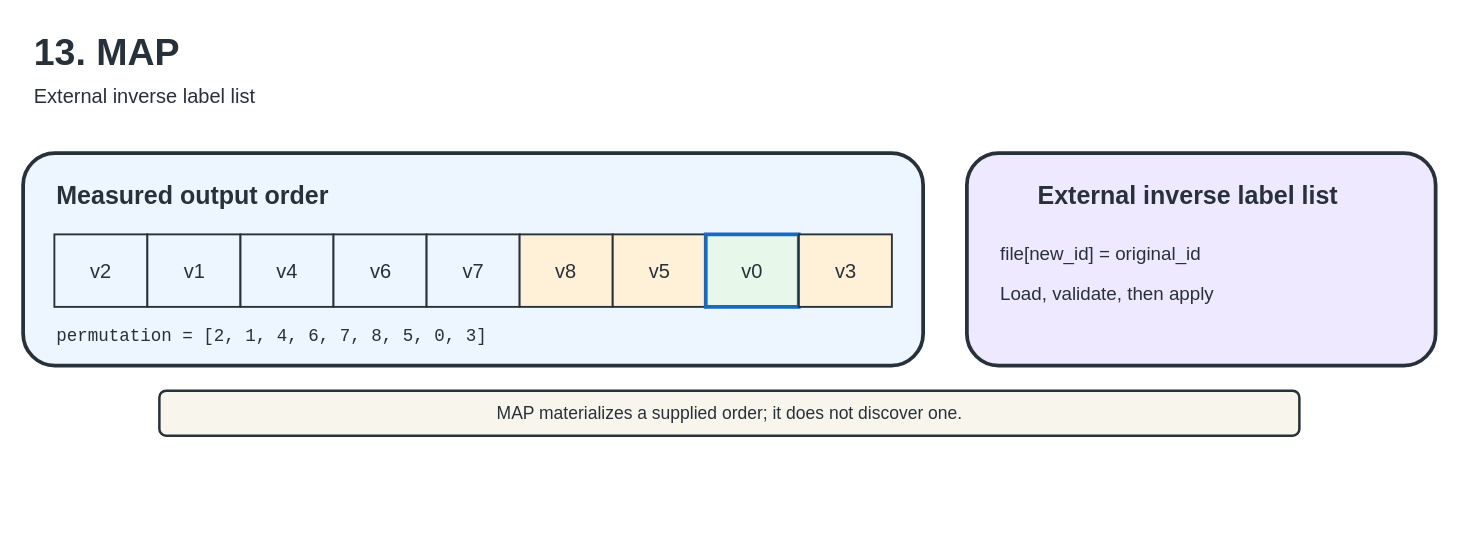
The draw.io diagram docs/figures/editable/13-map.drawio in UVA-LavaLab/GraphBrew, before the edit. Source tidied: cells renumbered, new cells numbered last; positions are measured from the earlier drawing's top-left corner, leaving out a move shared by most shapes. Both pictures are drawn from the tidied source at 125%, with x=0, y=0 at pixel (22, 21).
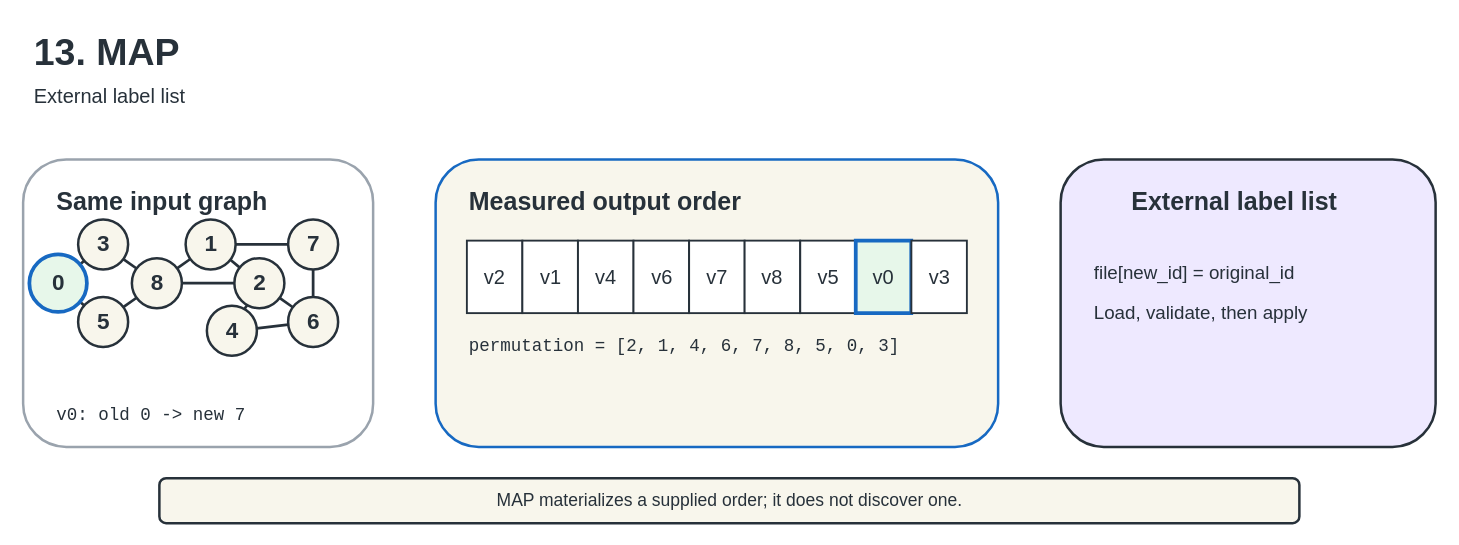
The same diagram, later.

Change to the diagram source:
```diff
@@
-    <mxCell id="3" value="External inverse label list" style="text;html=1;strokeColor=none;fillColor=none;fontSize=16;fontColor=#27313A;" parent="1" vertex="1">
+    <mxCell id="3" value="External label list" style="text;html=1;strokeColor=none;fillColor=none;fontSize=16;fontColor=#27313A;" parent="1" vertex="1">
       <mxGeometry x="7" y="43" width="1050" height="28" as="geometry" />
     </mxCell>
+    <mxCell id="21" style="rounded=1;html=1;fillColor=#FFFFFF;strokeColor=#9AA3AD;strokeWidth=2;" parent="1" vertex="1">
+      <mxGeometry y="110" width="280" height="230" as="geometry" />
+    </mxCell>
-    <mxCell id="4" style="rounded=1;html=1;fillColor=#EDF5FF;strokeColor=#27313A;strokeWidth=3;" parent="1" vertex="1">
-      <mxGeometry y="105" width="720" height="170" as="geometry" />
+    <mxCell id="4" style="rounded=1;html=1;fillColor=#F8F6EC;strokeColor=#1769C2;strokeWidth=2;" parent="1" vertex="1">
+      <mxGeometry x="330" y="110" width="450" height="230" as="geometry" />
     </mxCell>
-    <mxCell id="5" style="rounded=1;html=1;fillColor=#EEE9FF;strokeColor=#27313A;strokeWidth=3;" parent="1" vertex="1">
-      <mxGeometry x="755" y="105" width="375" height="170" as="geometry" />
+    <mxCell id="5" style="rounded=1;html=1;fillColor=#EEE9FF;strokeColor=#27313A;strokeWidth=2;" parent="1" vertex="1">
+      <mxGeometry x="830" y="110" width="300" height="230" as="geometry" />
     </mxCell>
+    <mxCell id="22" value="Same input graph" style="text;html=1;strokeColor=none;fillColor=none;fontSize=20;fontStyle=1;fontColor=#27313A;" parent="1" vertex="1">
+      <mxGeometry x="25" y="125" width="220" height="35" as="geometry" />
+    </mxCell>
     <mxCell id="6" value="Measured output order" style="text;html=1;strokeColor=none;fillColor=none;fontSize=20;fontStyle=1;fontColor=#27313A;" parent="1" vertex="1">
-      <mxGeometry x="25" y="120" width="300" height="35" as="geometry" />
+      <mxGeometry x="355" y="125" width="300" height="35" as="geometry" />
     </mxCell>
-    <mxCell id="7" value="External inverse label list" style="text;html=1;strokeColor=none;fillColor=none;fontSize=20;fontStyle=1;fontColor=#27313A;" parent="1" vertex="1">
-      <mxGeometry x="810" y="120" width="300" height="35" as="geometry" />
+    <mxCell id="7" value="External label list" style="text;html=1;strokeColor=none;fillColor=none;fontSize=20;fontStyle=1;fontColor=#27313A;" parent="1" vertex="1">
+      <mxGeometry x="885" y="125" width="220" height="35" as="geometry" />
     </mxCell>
     <mxCell id="8" value="MAP materializes a supplied order; it does not discover one." style="rounded=1;html=1;fillColor=#F8F6EC;strokeColor=#27313A;strokeWidth=2;fontSize=14;fontColor=#27313A;align=center;" parent="1" vertex="1">
-      <mxGeometry x="109" y="295" width="912" height="36" as="geometry" />
+      <mxGeometry x="109" y="365" width="912" height="36" as="geometry" />
     </mxCell>
+    <mxCell id="23" style="endArrow=none;html=1;rounded=0;strokeColor=#27313A;strokeWidth=2.2;" parent="1" edge="1" source="35" target="38">
+      <mxGeometry relative="1" as="geometry" />
+    </mxCell>
+    <mxCell id="24" style="endArrow=none;html=1;rounded=0;strokeColor=#27313A;strokeWidth=2.2;" parent="1" edge="1" source="35" target="40">
+      <mxGeometry relative="1" as="geometry" />
+    </mxCell>
+    <mxCell id="25" style="endArrow=none;html=1;rounded=0;strokeColor=#27313A;strokeWidth=2.2;" parent="1" edge="1" source="38" target="43">
+      <mxGeometry relative="1" as="geometry" />
+    </mxCell>
+    <mxCell id="26" style="endArrow=none;html=1;rounded=0;strokeColor=#27313A;strokeWidth=2.2;" parent="1" edge="1" source="40" target="43">
+      <mxGeometry relative="1" as="geometry" />
+    </mxCell>
+    <mxCell id="27" style="endArrow=none;html=1;rounded=0;strokeColor=#27313A;strokeWidth=2.2;" parent="1" edge="1" source="43" target="36">
+      <mxGeometry relative="1" as="geometry" />
+    </mxCell>
+    <mxCell id="28" style="endArrow=none;html=1;rounded=0;strokeColor=#27313A;strokeWidth=2.2;" parent="1" edge="1" source="43" target="37">
+      <mxGeometry relative="1" as="geometry" />
+    </mxCell>
+    <mxCell id="29" style="endArrow=none;html=1;rounded=0;strokeColor=#27313A;strokeWidth=2.2;" parent="1" edge="1" source="36" target="37">
+      <mxGeometry relative="1" as="geometry" />
+    </mxCell>
+    <mxCell id="30" style="endArrow=none;html=1;rounded=0;strokeColor=#27313A;strokeWidth=2.2;" parent="1" edge="1" source="36" target="42">
+      <mxGeometry relative="1" as="geometry" />
+    </mxCell>
+    <mxCell id="31" style="endArrow=none;html=1;rounded=0;strokeColor=#27313A;strokeWidth=2.2;" parent="1" edge="1" source="37" target="39">
+      <mxGeometry relative="1" as="geometry" />
+    </mxCell>
+    <mxCell id="32" style="endArrow=none;html=1;rounded=0;strokeColor=#27313A;strokeWidth=2.2;" parent="1" edge="1" source="37" target="41">
+      <mxGeometry relative="1" as="geometry" />
+    </mxCell>
+    <mxCell id="33" style="endArrow=none;html=1;rounded=0;strokeColor=#27313A;strokeWidth=2.2;" parent="1" edge="1" source="39" target="41">
+      <mxGeometry relative="1" as="geometry" />
+    </mxCell>
+    <mxCell id="34" style="endArrow=none;html=1;rounded=0;strokeColor=#27313A;strokeWidth=2.2;" parent="1" edge="1" source="41" target="42">
+      <mxGeometry relative="1" as="geometry" />
+    </mxCell>
+    <mxCell id="35" value="0" style="ellipse;html=1;align=center;fillColor=#E7F7EA;strokeColor=#1769C2;strokeWidth=3;fontSize=18;fontStyle=1;fontColor=#27313A;" parent="1" vertex="1">
+      <mxGeometry x="5" y="186" width="46" height="46" as="geometry" />
+    </mxCell>
+    <mxCell id="36" value="1" style="ellipse;html=1;align=center;fillColor=#F8F6EC;strokeColor=#27313A;strokeWidth=2;fontSize=18;fontStyle=1;fontColor=#27313A;" parent="1" vertex="1">
+      <mxGeometry x="130" y="158" width="40" height="40" as="geometry" />
+    </mxCell>
+    <mxCell id="37" value="2" style="ellipse;html=1;align=center;fillColor=#F8F6EC;strokeColor=#27313A;strokeWidth=2;fontSize=18;fontStyle=1;fontColor=#27313A;" parent="1" vertex="1">
+      <mxGeometry x="169" y="189" width="40" height="40" as="geometry" />
+    </mxCell>
+    <mxCell id="38" value="3" style="ellipse;html=1;align=center;fillColor=#F8F6EC;strokeColor=#27313A;strokeWidth=2;fontSize=18;fontStyle=1;fontColor=#27313A;" parent="1" vertex="1">
+      <mxGeometry x="44" y="158" width="40" height="40" as="geometry" />
+    </mxCell>
+    <mxCell id="39" value="4" style="ellipse;html=1;align=center;fillColor=#F8F6EC;strokeColor=#27313A;strokeWidth=2;fontSize=18;fontStyle=1;fontColor=#27313A;" parent="1" vertex="1">
+      <mxGeometry x="147" y="227" width="40" height="40" as="geometry" />
+    </mxCell>
+    <mxCell id="40" value="5" style="ellipse;html=1;align=center;fillColor=#F8F6EC;strokeColor=#27313A;strokeWidth=2;fontSize=18;fontStyle=1;fontColor=#27313A;" parent="1" vertex="1">
+      <mxGeometry x="44" y="220" width="40" height="40" as="geometry" />
+    </mxCell>
+    <mxCell id="41" value="6" style="ellipse;html=1;align=center;fillColor=#F8F6EC;strokeColor=#27313A;strokeWidth=2;fontSize=18;fontStyle=1;fontColor=#27313A;" parent="1" vertex="1">
+      <mxGeometry x="212" y="220" width="40" height="40" as="geometry" />
+    </mxCell>
+    <mxCell id="42" value="7" style="ellipse;html=1;align=center;fillColor=#F8F6EC;strokeColor=#27313A;strokeWidth=2;fontSize=18;fontStyle=1;fontColor=#27313A;" parent="1" vertex="1">
+      <mxGeometry x="212" y="158" width="40" height="40" as="geometry" />
+    </mxCell>
+    <mxCell id="43" value="8" style="ellipse;html=1;align=center;fillColor=#F8F6EC;strokeColor=#27313A;strokeWidth=2;fontSize=18;fontStyle=1;fontColor=#27313A;" parent="1" vertex="1">
+      <mxGeometry x="87" y="189" width="40" height="40" as="geometry" />
+    </mxCell>
+    <mxCell id="44" value="v0: old 0 -&gt; new 7" style="text;html=1;strokeColor=none;fillColor=none;fontSize=14;fontFamily=Consolas;fontColor=#27313A;" parent="1" vertex="1">
+      <mxGeometry x="25" y="300" width="230" height="28" as="geometry" />
+    </mxCell>
-    <mxCell id="9" value="v2" style="rounded=0;html=1;align=center;verticalAlign=middle;fillColor=#EDF5FF;strokeColor=#27313A;strokeWidth=1.5;fontSize=16;fontColor=#27313A;" parent="1" vertex="1">
-      <mxGeometry x="25" y="170" width="74.4" height="58" as="geometry" />
+    <mxCell id="9" value="v2" style="rounded=0;html=1;align=center;verticalAlign=middle;fillColor=#FFFFFF;strokeColor=#27313A;strokeWidth=1.5;fontSize=16;fontColor=#27313A;" parent="1" vertex="1">
+      <mxGeometry x="355" y="175" width="44.4" height="58" as="geometry" />
     </mxCell>
-    <mxCell id="10" value="v1" style="rounded=0;html=1;align=center;verticalAlign=middle;fillColor=#EDF5FF;strokeColor=#27313A;strokeWidth=1.5;fontSize=16;fontColor=#27313A;" parent="1" vertex="1">
-      <mxGeometry x="99.4" y="170" width="74.4" height="58" as="geometry" />
+    <mxCell id="10" value="v1" style="rounded=0;html=1;align=center;verticalAlign=middle;fillColor=#FFFFFF;strokeColor=#27313A;strokeWidth=1.5;fontSize=16;fontColor=#27313A;" parent="1" vertex="1">
+      <mxGeometry x="399.4" y="175" width="44.4" height="58" as="geometry" />
     </mxCell>
-    <mxCell id="11" value="v4" style="rounded=0;html=1;align=center;verticalAlign=middle;fillColor=#EDF5FF;strokeColor=#27313A;strokeWidth=1.5;fontSize=16;fontColor=#27313A;" parent="1" vertex="1">
-      <mxGeometry x="173.9" y="170" width="74.4" height="58" as="geometry" />
+    <mxCell id="11" value="v4" style="rounded=0;html=1;align=center;verticalAlign=middle;fillColor=#FFFFFF;strokeColor=#27313A;strokeWidth=1.5;fontSize=16;fontColor=#27313A;" parent="1" vertex="1">
+      <mxGeometry x="443.9" y="175" width="44.4" height="58" as="geometry" />
     </mxCell>
-    <mxCell id="12" value="v6" style="rounded=0;html=1;align=center;verticalAlign=middle;fillColor=#EDF5FF;strokeColor=#27313A;strokeWidth=1.5;fontSize=16;fontColor=#27313A;" parent="1" vertex="1">
-      <mxGeometry x="248.3" y="170" width="74.4" height="58" as="geometry" />
+    <mxCell id="12" value="v6" style="rounded=0;html=1;align=center;verticalAlign=middle;fillColor=#FFFFFF;strokeColor=#27313A;strokeWidth=1.5;fontSize=16;fontColor=#27313A;" parent="1" vertex="1">
+      <mxGeometry x="488.3" y="175" width="44.4" height="58" as="geometry" />
     </mxCell>
-    <mxCell id="13" value="v7" style="rounded=0;html=1;align=center;verticalAlign=middle;fillColor=#EDF5FF;strokeColor=#27313A;strokeWidth=1.5;fontSize=16;fontColor=#27313A;" parent="1" vertex="1">
-      <mxGeometry x="322.8" y="170" width="74.4" height="58" as="geometry" />
+    <mxCell id="13" value="v7" style="rounded=0;html=1;align=center;verticalAlign=middle;fillColor=#FFFFFF;strokeColor=#27313A;strokeWidth=1.5;fontSize=16;fontColor=#27313A;" parent="1" vertex="1">
+      <mxGeometry x="532.8" y="175" width="44.4" height="58" as="geometry" />
     </mxCell>
-    <mxCell id="14" value="v8" style="rounded=0;html=1;align=center;verticalAlign=middle;fillColor=#FFF0D8;strokeColor=#27313A;strokeWidth=1.5;fontSize=16;fontColor=#27313A;" parent="1" vertex="1">
-      <mxGeometry x="397.2" y="170" width="74.4" height="58" as="geometry" />
+    <mxCell id="14" value="v8" style="rounded=0;html=1;align=center;verticalAlign=middle;fillColor=#FFFFFF;strokeColor=#27313A;strokeWidth=1.5;fontSize=16;fontColor=#27313A;" parent="1" vertex="1">
+      <mxGeometry x="577.2" y="175" width="44.4" height="58" as="geometry" />
     </mxCell>
-    <mxCell id="15" value="v5" style="rounded=0;html=1;align=center;verticalAlign=middle;fillColor=#FFF0D8;strokeColor=#27313A;strokeWidth=1.5;fontSize=16;fontColor=#27313A;" parent="1" vertex="1">
-      <mxGeometry x="471.7" y="170" width="74.4" height="58" as="geometry" />
+    <mxCell id="15" value="v5" style="rounded=0;html=1;align=center;verticalAlign=middle;fillColor=#FFFFFF;strokeColor=#27313A;strokeWidth=1.5;fontSize=16;fontColor=#27313A;" parent="1" vertex="1">
+      <mxGeometry x="621.7" y="175" width="44.4" height="58" as="geometry" />
     </mxCell>
     <mxCell id="16" value="v0" style="rounded=0;html=1;align=center;verticalAlign=middle;fillColor=#E7F7EA;strokeColor=#1769C2;strokeWidth=3;fontSize=16;fontColor=#27313A;" parent="1" vertex="1">
-      <mxGeometry x="546.1" y="170" width="74.4" height="58" as="geometry" />
+      <mxGeometry x="666.1" y="175" width="44.4" height="58" as="geometry" />
     </mxCell>
-    <mxCell id="17" value="v3" style="rounded=0;html=1;align=center;verticalAlign=middle;fillColor=#FFF0D8;strokeColor=#27313A;strokeWidth=1.5;fontSize=16;fontColor=#27313A;" parent="1" vertex="1">
-      <mxGeometry x="620.6" y="170" width="74.4" height="58" as="geometry" />
+    <mxCell id="17" value="v3" style="rounded=0;html=1;align=center;verticalAlign=middle;fillColor=#FFFFFF;strokeColor=#27313A;strokeWidth=1.5;fontSize=16;fontColor=#27313A;" parent="1" vertex="1">
+      <mxGeometry x="710.6" y="175" width="44.4" height="58" as="geometry" />
     </mxCell>
     <mxCell id="18" value="permutation = [2, 1, 4, 6, 7, 8, 5, 0, 3]" style="text;html=1;strokeColor=none;fillColor=none;fontSize=14;fontFamily=Consolas;fontColor=#27313A;" parent="1" vertex="1">
-      <mxGeometry x="25" y="237" width="670" height="28" as="geometry" />
+      <mxGeometry x="355" y="245" width="400" height="28" as="geometry" />
     </mxCell>
     <mxCell id="19" value="file[new_id] = original_id" style="text;html=1;strokeColor=none;fillColor=none;fontSize=15;fontColor=#27313A;" parent="1" vertex="1">
-      <mxGeometry x="780" y="170" width="325" height="28" as="geometry" />
+      <mxGeometry x="855" y="185" width="250" height="28" as="geometry" />
     </mxCell>
     <mxCell id="20" value="Load, validate, then apply" style="text;html=1;strokeColor=none;fillColor=none;fontSize=15;fontColor=#27313A;" parent="1" vertex="1">
-      <mxGeometry x="780" y="202" width="325" height="28" as="geometry" />
+      <mxGeometry x="855" y="217" width="250" height="28" as="geometry" />
     </mxCell>
```
